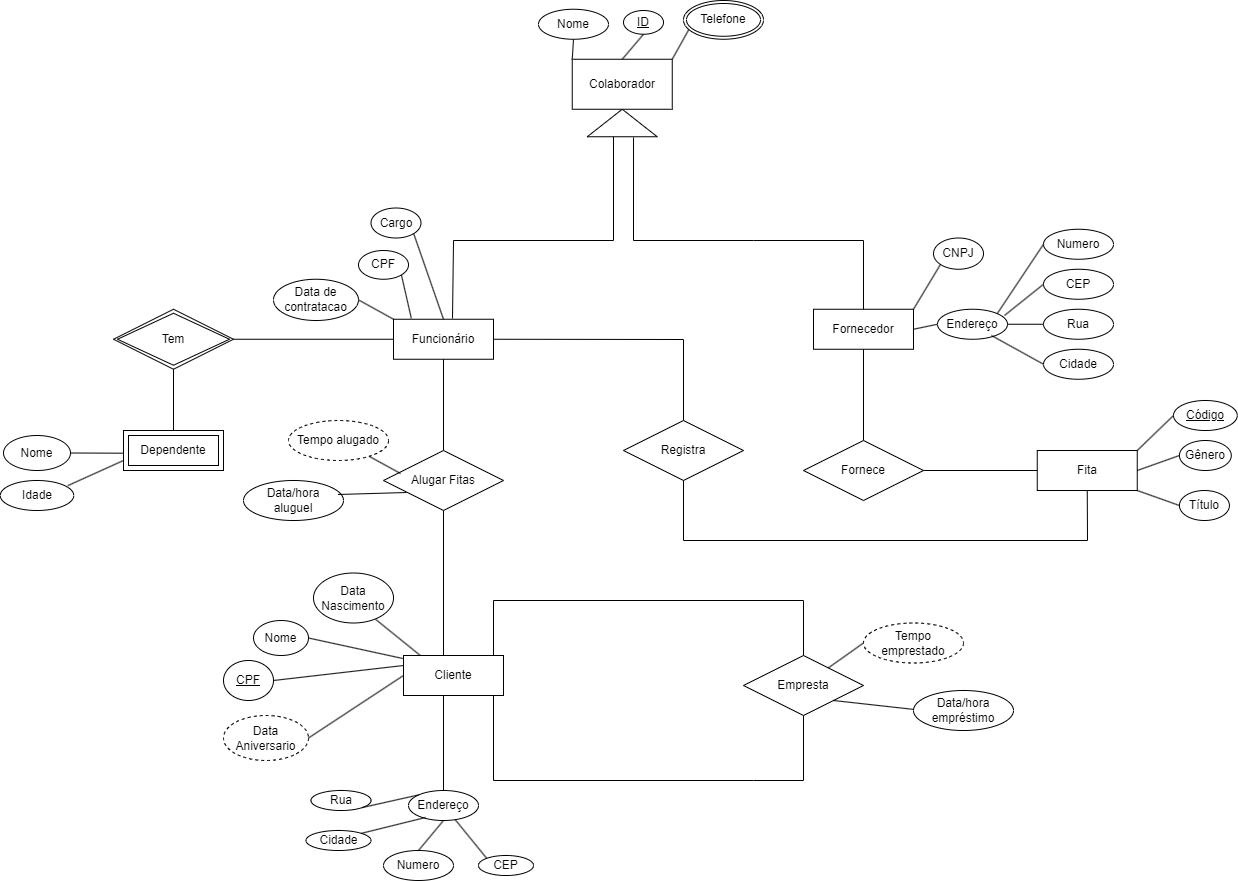
ivanalves-t/DataBaseMER keeps this draw.io diagram as Database Diagram.drawio.png. Above is the earlier version. Source tidied: cells renumbered, new cells last; positions are measured from the earlier drawing's top-left corner, leaving out a move shared by most shapes.
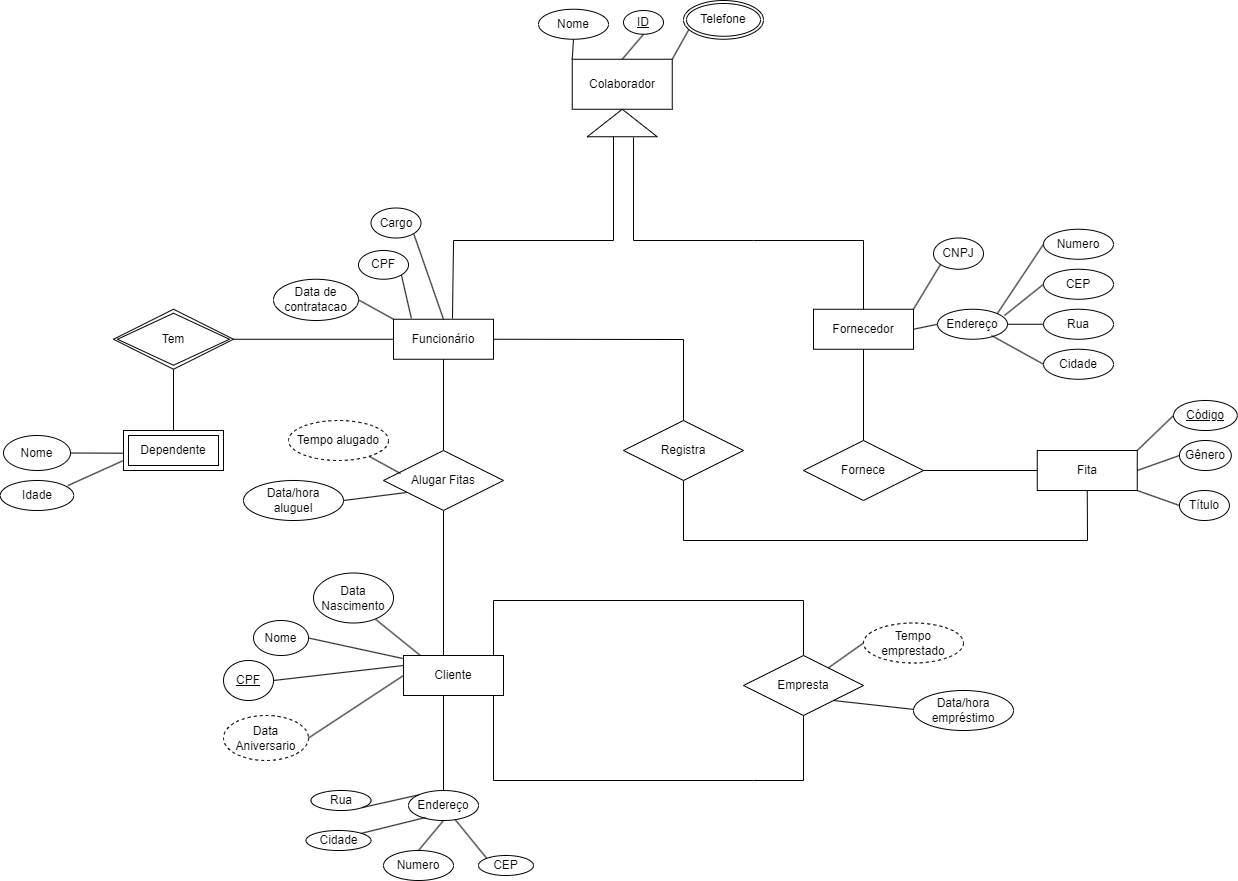
After the commit.

Change to the diagram source:
```diff
@@ -284,7 +284,7 @@
     <mxCell id="83" value="Data/hora&lt;div&gt;aluguel&lt;/div&gt;" style="ellipse;whiteSpace=wrap;html=1;align=center;" parent="1" vertex="1">
       <mxGeometry x="243" y="480" width="100" height="40" as="geometry" />
     </mxCell>
-    <mxCell id="84" style="endArrow=none;html=1;rounded=0;exitX=0.945;exitY=0.35;exitDx=0;exitDy=0;exitPerimeter=0;entryX=0.192;entryY=0.7;entryDx=0;entryDy=0;entryPerimeter=0;" parent="1" edge="1" source="83" target="68">
+    <mxCell id="84" style="endArrow=none;html=1;rounded=0;exitX=1;exitY=0.5;exitDx=0;exitDy=0;entryX=0.192;entryY=0.7;entryDx=0;entryDy=0;entryPerimeter=0;" parent="1" edge="1" source="83" target="68">
       <mxGeometry relative="1" as="geometry" />
     </mxCell>
     <mxCell id="85" style="endArrow=none;html=1;rounded=0;exitX=1;exitY=0.5;exitDx=0;exitDy=0;entryX=0;entryY=0.25;entryDx=0;entryDy=0;" parent="1" edge="1" source="64" target="67">
```
